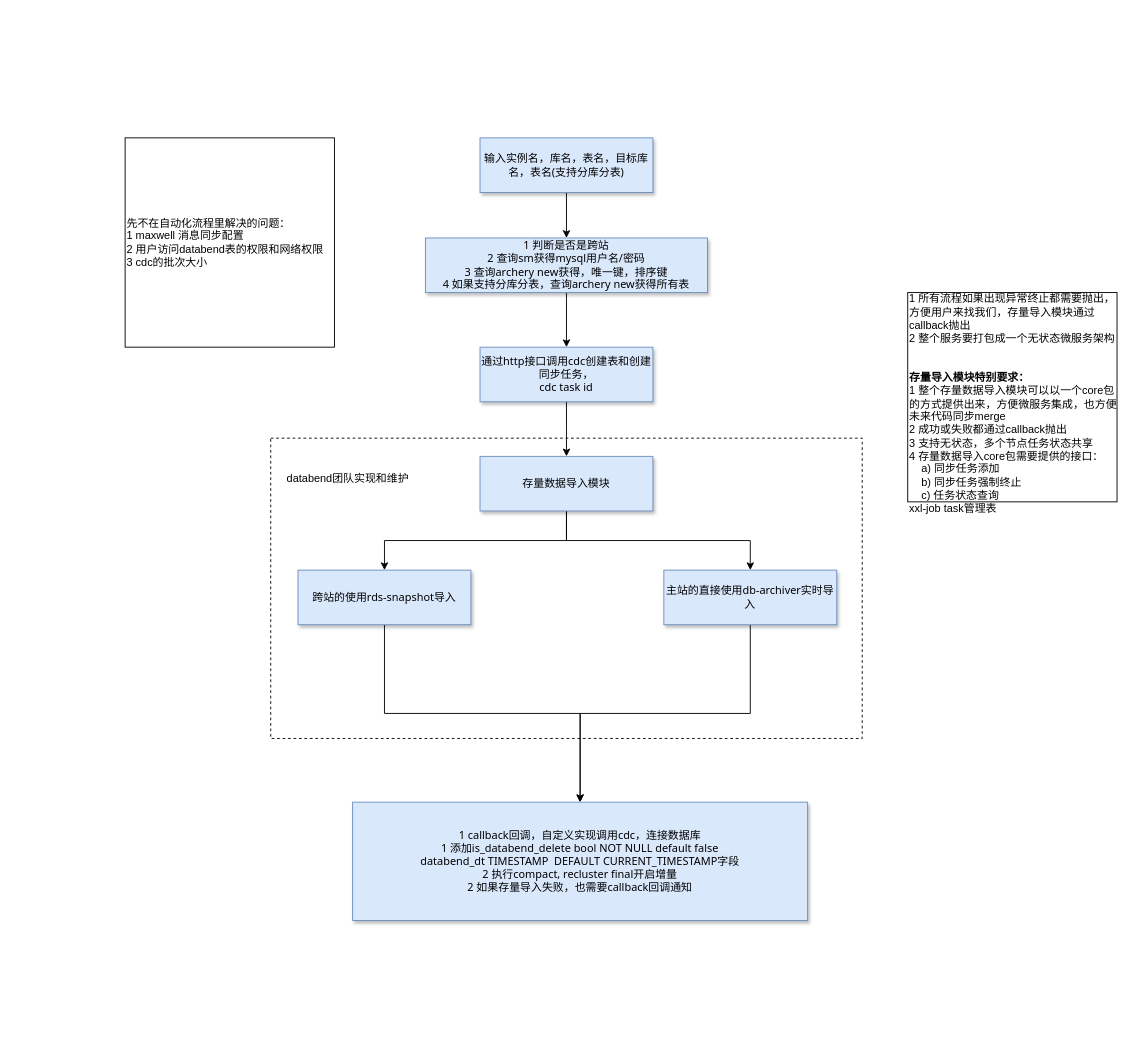
The draw.io diagram doc/databend自动化数据导入流程.drawio in jackjoesh/databend, before the edit. Source tidied: cells renumbered, new cells numbered last; positions are measured from the earlier drawing's top-left corner, leaving out a move shared by most shapes. Both pictures are drawn from the tidied source at 91%, with x=0, y=0 at pixel (125, 137).
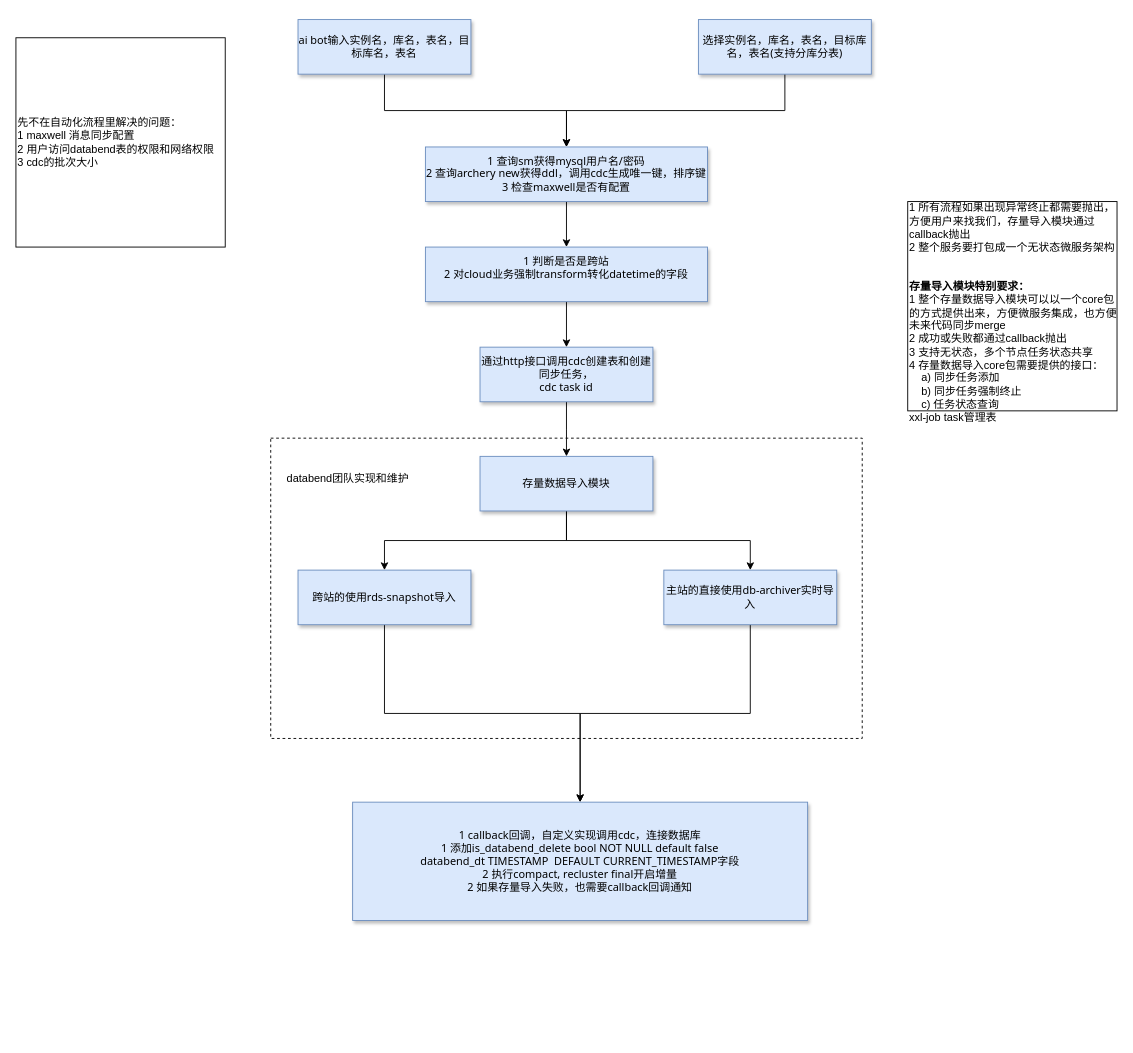
Above is the later version.

Commit message:
更新databend自动化数据导入流程.drawio

The change refers to these unchanged cells:
```xml
<mxCell id="10" value="通过http接口调用cdc创建表和创建同步任务，&lt;div&gt;cdc task id&lt;/div&gt;" style="rounded=0;whiteSpace=wrap;html=1;fillColor=#dae8fc;strokeColor=#6c8ebf;shadow=1;fontFamily=Tahoma;" parent="1" vertex="1">
  <mxGeometry x="390" y="230" width="190" height="60" as="geometry" />
</mxCell>
```

Diff of the diagram source:
```diff
@@
-    <mxCell id="4" value="输入实例名，库名，表名，目标库名，表名(支持分库分表)" style="rounded=0;whiteSpace=wrap;html=1;fillColor=#dae8fc;strokeColor=#6c8ebf;shadow=1;fontFamily=Tahoma;" parent="1" vertex="1">
-      <mxGeometry x="390" width="190" height="60" as="geometry" />
+    <mxCell id="4" value="选择实例名，库名，表名，目标库名，表名(支持分库分表)" style="rounded=0;whiteSpace=wrap;html=1;fillColor=#dae8fc;strokeColor=#6c8ebf;shadow=1;fontFamily=Tahoma;" parent="1" vertex="1">
+      <mxGeometry x="630" y="-130" width="190" height="60" as="geometry" />
     </mxCell>
-    <mxCell id="5" style="edgeStyle=orthogonalEdgeStyle;rounded=0;jettySize=auto;html=1;exitX=0.5;exitY=1;exitDx=0;exitDy=0;" parent="1" edge="1" source="6" target="10">
-      <mxGeometry relative="1" as="geometry" />
-    </mxCell>
+    <mxCell id="21" style="edgeStyle=orthogonalEdgeStyle;rounded=0;jettySize=auto;html=1;exitX=0.5;exitY=1;exitDx=0;exitDy=0;entryX=0.5;entryY=0;entryDx=0;entryDy=0;" parent="1" edge="1" source="6" target="25">
+      <mxGeometry relative="1" as="geometry" />
+    </mxCell>
-    <mxCell id="6" value="1 判断是否是跨站&lt;br&gt;2 查询sm获得mysql用户名/密码&lt;div&gt;3 查询archery new获得&lt;span style=&quot;background-color: transparent; color: light-dark(rgb(0, 0, 0), rgb(255, 255, 255));&quot;&gt;，唯一键，排序键&lt;br&gt;4 如果支持分库分表，查询archery new获得所有表&lt;/span&gt;&lt;/div&gt;" style="rounded=0;whiteSpace=wrap;html=1;fillColor=#dae8fc;strokeColor=#6c8ebf;shadow=1;fontFamily=Tahoma;" parent="1" vertex="1">
-      <mxGeometry x="330" y="110" width="310" height="60" as="geometry" />
+    <mxCell id="6" value="&lt;br&gt;1 查询sm获得mysql用户名/密码&lt;div&gt;2 查询archery new获得ddl&lt;span style=&quot;background-color: transparent; color: light-dark(rgb(0, 0, 0), rgb(255, 255, 255));&quot;&gt;，调用cdc生成唯一键，排序键&lt;/span&gt;&lt;/div&gt;&lt;div&gt;&lt;span style=&quot;background-color: transparent; color: light-dark(rgb(0, 0, 0), rgb(255, 255, 255));&quot;&gt;3 检查maxwell是否有配置&lt;br&gt;&lt;br&gt;&lt;/span&gt;&lt;/div&gt;" style="rounded=0;whiteSpace=wrap;html=1;fillColor=#dae8fc;strokeColor=#6c8ebf;shadow=1;fontFamily=Tahoma;" parent="1" vertex="1">
+      <mxGeometry x="330" y="10" width="310" height="60" as="geometry" />
     </mxCell>
@@
     <mxCell id="17" value="先不在自动化流程里解决的问题：&lt;br&gt;1 maxwell 消息同步配置&lt;br&gt;2 用户访问databend表的权限和网络权限&lt;div&gt;3 cdc的批次大小&lt;/div&gt;" style="whiteSpace=wrap;html=1;align=left;" parent="1" vertex="1">
-      <mxGeometry width="230" height="230" as="geometry" />
+      <mxGeometry x="-120" y="-110" width="230" height="230" as="geometry" />
     </mxCell>
     <mxCell id="18" value="&lt;div&gt;&lt;br&gt;&lt;/div&gt;&lt;div&gt;&lt;br&gt;&lt;/div&gt;1 所有流程如果出现异常终止都需要抛出，方便用户来找我们，存量导入模块通过callback抛出&lt;br&gt;2 整个服务要打包成一个无状态微服务架构&lt;br&gt;&lt;br&gt;&lt;br&gt;&lt;b&gt;存量导入模块特别要求：&lt;br&gt;&lt;/b&gt;1 整个存量数据导入模块可以以一个core包的方式提供出来，方便微服务集成，也方便未来代码同步merge&lt;br&gt;2 成功或失败都通过callback抛出&lt;div&gt;3 支持无状态，多个节点任务状态共享&lt;br&gt;&lt;div&gt;4 存量数据导入core包需要提供的接口：&lt;/div&gt;&lt;div&gt;&amp;nbsp; &amp;nbsp; a) 同步任务添加&lt;br&gt;&amp;nbsp; &amp;nbsp; b) 同步任务强制终止&lt;br&gt;&amp;nbsp; &amp;nbsp; c) 任务状态查询&lt;/div&gt;&lt;/div&gt;&lt;div&gt;xxl-job task管理表&lt;/div&gt;&lt;div&gt;&lt;br&gt;&lt;/div&gt;" style="whiteSpace=wrap;html=1;align=left;" parent="1" vertex="1">
-      <mxGeometry x="860" y="170" width="230" height="230" as="geometry" />
+      <mxGeometry x="860" y="70" width="230" height="230" as="geometry" />
     </mxCell>
@@
     <mxCell id="20" style="edgeStyle=orthogonalEdgeStyle;rounded=0;orthogonalLoop=1;jettySize=auto;html=1;exitX=0.5;exitY=1;exitDx=0;exitDy=0;" parent="1" edge="1">
       <mxGeometry relative="1" as="geometry">
-        <mxPoint x="500" y="980" as="sourcePoint" />
-        <mxPoint x="500" y="980" as="targetPoint" />
+        <mxPoint x="500" y="880" as="sourcePoint" />
+        <mxPoint x="500" y="880" as="targetPoint" />
       </mxGeometry>
     </mxCell>
+    <mxCell id="22" style="edgeStyle=orthogonalEdgeStyle;rounded=0;jettySize=auto;html=1;exitX=0.5;exitY=1;exitDx=0;exitDy=0;entryX=0.5;entryY=0;entryDx=0;entryDy=0;" parent="1" edge="1" source="23" target="6">
+      <mxGeometry relative="1" as="geometry" />
+    </mxCell>
+    <mxCell id="23" value="ai bot输入实例名，库名，表名，目标库名，表名" style="rounded=0;whiteSpace=wrap;html=1;fillColor=#dae8fc;strokeColor=#6c8ebf;shadow=1;fontFamily=Tahoma;" parent="1" vertex="1">
+      <mxGeometry x="190" y="-130" width="190" height="60" as="geometry" />
+    </mxCell>
+    <mxCell id="24" style="edgeStyle=orthogonalEdgeStyle;rounded=0;jettySize=auto;html=1;exitX=0.5;exitY=1;exitDx=0;exitDy=0;" parent="1" edge="1" source="25" target="10">
+      <mxGeometry relative="1" as="geometry" />
+    </mxCell>
+    <mxCell id="25" value="1 判断是否是跨站&lt;br&gt;2 对cloud业务强制transform转化datetime的字段&lt;div&gt;&lt;br/&gt;&lt;/div&gt;" style="rounded=0;whiteSpace=wrap;html=1;fillColor=#dae8fc;strokeColor=#6c8ebf;shadow=1;fontFamily=Tahoma;" parent="1" vertex="1">
+      <mxGeometry x="330" y="120" width="310" height="60" as="geometry" />
+    </mxCell>
```
